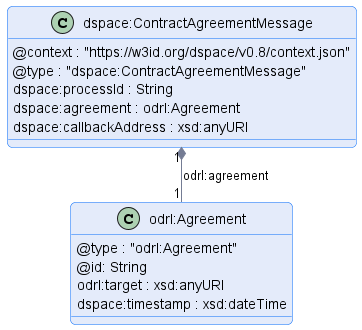
Above: negotiation/message/diagram/contract-agreement-message.png in International-Data-Spaces-Association/ids-specification (PlantUML), before the change.
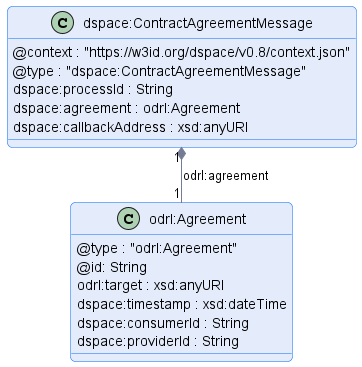
The same file after the commit.

The edit, as a diff of the source:
```diff
@@ -19,6 +19,8 @@
     @id: String
     odrl:target : xsd:anyURI
     dspace:timestamp : xsd:dateTime
+    dspace:consumerId : String
+    dspace:providerId : String
 }
 
 "dspace:ContractAgreementMessage" "1" *-- "1" "odrl:Agreement" : "odrl:agreement"
```
